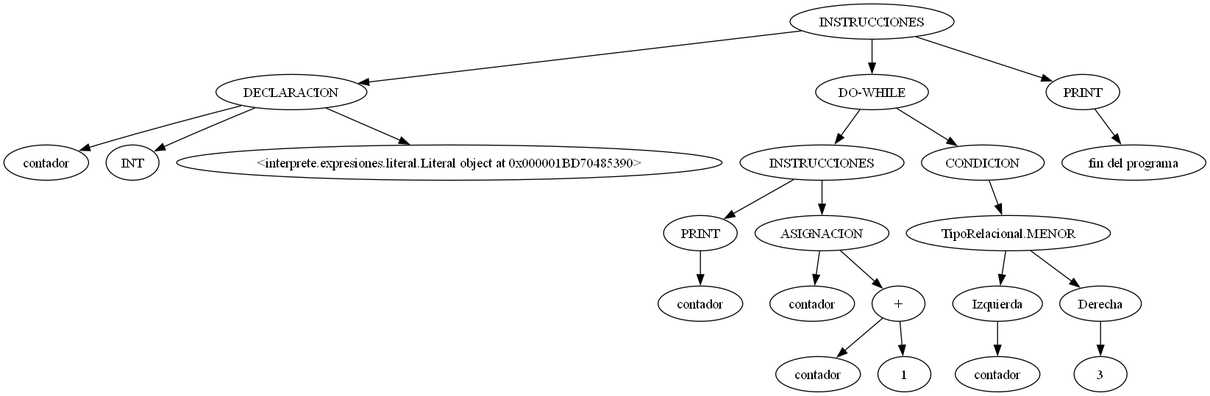
The Graphviz diagram backend/AST.png in AlvaroCeballos/OLC1_VJ2025_G5, before a commit. Its source is kept beside it as backend/AST.dot.
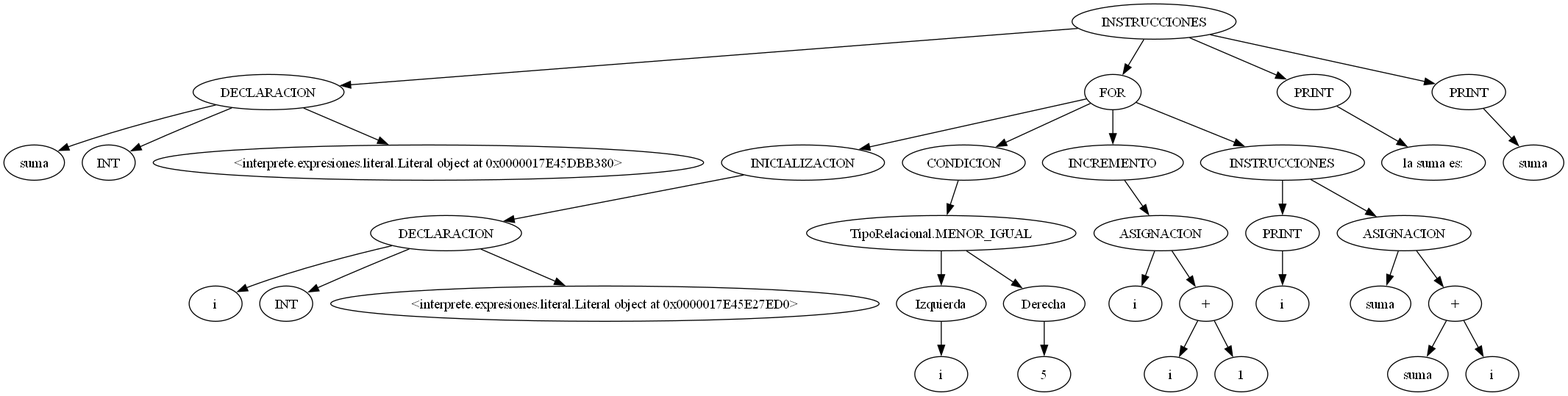
Above is the later version.

Diff of the diagram source:
```diff
@@ -1,26 +1,39 @@
 digraph {
 	0 [label = "INSTRUCCIONES"];
 	1 [label = "DECLARACION"];
-	2 [label = "contador"];
+	2 [label = "suma"];
 	3 [label = "INT"];
-	4 [label = "<interprete.expresiones.literal.Literal object at 0x000001BD70485390>"];
-	5 [label = "DO-WHILE"];
-	6 [label = "INSTRUCCIONES"];
-	7 [label = "PRINT"];
-	8 [label = "contador"];
-	9 [label = "ASIGNACION"];
-	10 [label = "contador"];
-	11 [label = "+"];
-	12 [label = "contador"];
-	13 [label = "1"];
-	14 [label = "CONDICION"];
-	15 [label = "TipoRelacional.MENOR"];
-	16 [label = "Izquierda"];
-	17 [label = "contador"];
-	18 [label = "Derecha"];
-	19 [label = "3"];
-	20 [label = "PRINT"];
-	21 [label = "fin del programa"];
+	4 [label = "<interprete.expresiones.literal.Literal object at 0x0000017E45DBB380>"];
+	5 [label = "FOR"];
+	6 [label = "INICIALIZACION"];
+	7 [label = "DECLARACION"];
+	8 [label = "i"];
+	9 [label = "INT"];
+	10 [label = "<interprete.expresiones.literal.Literal object at 0x0000017E45E27ED0>"];
+	11 [label = "CONDICION"];
+	12 [label = "TipoRelacional.MENOR_IGUAL"];
+	13 [label = "Izquierda"];
+	14 [label = "i"];
+	15 [label = "Derecha"];
+	16 [label = "5"];
+	17 [label = "INCREMENTO"];
+	18 [label = "ASIGNACION"];
+	19 [label = "i"];
+	20 [label = "+"];
+	21 [label = "i"];
+	22 [label = "1"];
+	23 [label = "INSTRUCCIONES"];
+	24 [label = "PRINT"];
+	25 [label = "i"];
+	26 [label = "ASIGNACION"];
+	27 [label = "suma"];
+	28 [label = "+"];
+	29 [label = "suma"];
+	30 [label = "i"];
+	31 [label = "PRINT"];
+	32 [label = "la suma es:"];
+	33 [label = "PRINT"];
+	34 [label = "suma"];
 	0 -> 1;
 	1 -> 2;
 	1 -> 3;
@@ -29,17 +42,30 @@
 	5 -> 6;
 	6 -> 7;
 	7 -> 8;
-	6 -> 9;
-	9 -> 10;
-	9 -> 11;
+	7 -> 9;
+	7 -> 10;
+	5 -> 11;
 	11 -> 12;
-	11 -> 13;
-	5 -> 14;
-	14 -> 15;
+	12 -> 13;
+	13 -> 14;
+	12 -> 15;
 	15 -> 16;
-	16 -> 17;
-	15 -> 18;
+	5 -> 17;
+	17 -> 18;
 	18 -> 19;
-	0 -> 20;
+	18 -> 20;
 	20 -> 21;
+	20 -> 22;
+	5 -> 23;
+	23 -> 24;
+	24 -> 25;
+	23 -> 26;
+	26 -> 27;
+	26 -> 28;
+	28 -> 29;
+	28 -> 30;
+	0 -> 31;
+	31 -> 32;
+	0 -> 33;
+	33 -> 34;
 }
```
